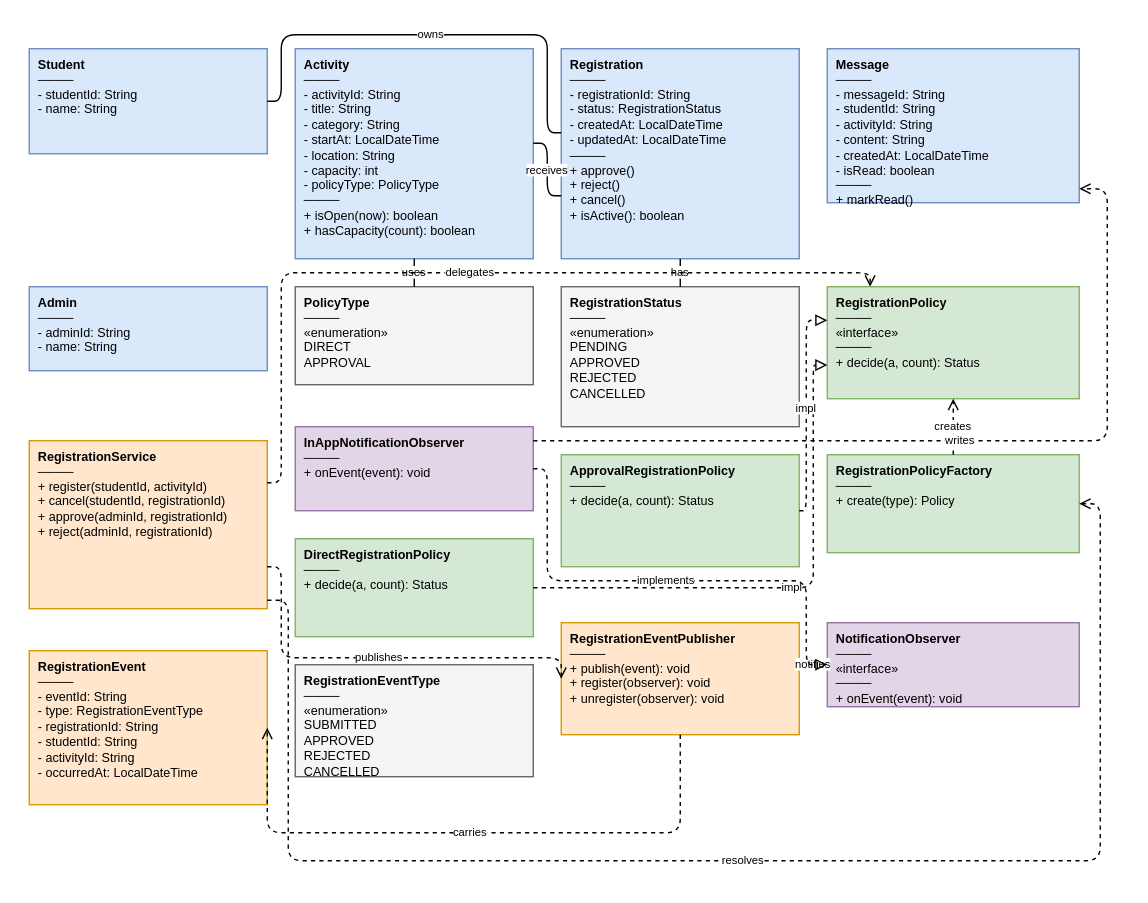
Earlier version of the draw.io export docs/design/diagrams/class-diagram.drawio.svg (Cynyun/CampusEvent). Source tidied: cells renumbered, new cells last; positions are measured from the earlier drawing's top-left corner, leaving out a move shared by most shapes.
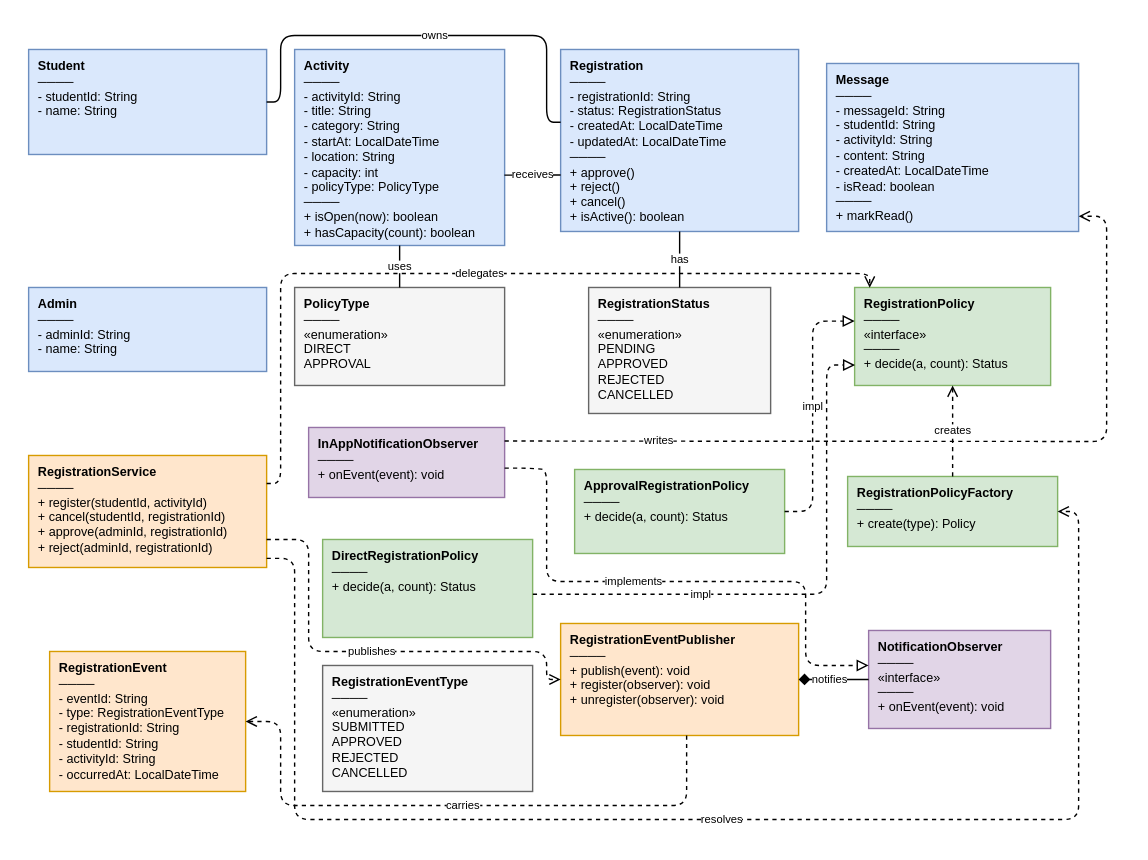
After the commit.

What changed in the source:
```diff
@@ -6,70 +6,65 @@
       <mxGeometry y="10" width="170" height="75" as="geometry" />
     </mxCell>
     <mxCell id="3" value="&lt;b&gt;Activity&lt;/b&gt;&lt;br&gt;────&lt;br&gt;- activityId: String&lt;br&gt;- title: String&lt;br&gt;- category: String&lt;br&gt;- startAt: LocalDateTime&lt;br&gt;- location: String&lt;br&gt;- capacity: int&lt;br&gt;- policyType: PolicyType&lt;br&gt;────&lt;br&gt;+ isOpen(now): boolean&lt;br&gt;+ hasCapacity(count): boolean" style="rounded=0;fillColor=#dae8fc;strokeColor=#6c8ebf;fontSize=9;align=left;verticalAlign=top;spacingLeft=5;spacingRight=5;whiteSpace=wrap;html=1;" parent="1" vertex="1">
-      <mxGeometry x="190" y="10" width="170" height="150" as="geometry" />
+      <mxGeometry x="190" y="10" width="150" height="140" as="geometry" />
     </mxCell>
     <mxCell id="4" value="&lt;b&gt;Registration&lt;/b&gt;&lt;br&gt;────&lt;br&gt;- registrationId: String&lt;br&gt;- status: RegistrationStatus&lt;br&gt;- createdAt: LocalDateTime&lt;br&gt;- updatedAt: LocalDateTime&lt;br&gt;────&lt;br&gt;+ approve()&lt;br&gt;+ reject()&lt;br&gt;+ cancel()&lt;br&gt;+ isActive(): boolean" style="rounded=0;fillColor=#dae8fc;strokeColor=#6c8ebf;fontSize=9;align=left;verticalAlign=top;spacingLeft=5;spacingRight=5;whiteSpace=wrap;html=1;" parent="1" vertex="1">
-      <mxGeometry x="380" y="10" width="170" height="150" as="geometry" />
+      <mxGeometry x="380" y="10" width="170" height="130" as="geometry" />
     </mxCell>
     <mxCell id="5" value="&lt;b&gt;Message&lt;/b&gt;&lt;br&gt;────&lt;br&gt;- messageId: String&lt;br&gt;- studentId: String&lt;br&gt;- activityId: String&lt;br&gt;- content: String&lt;br&gt;- createdAt: LocalDateTime&lt;br&gt;- isRead: boolean&lt;br&gt;────&lt;br&gt;+ markRead()" style="rounded=0;fillColor=#dae8fc;strokeColor=#6c8ebf;fontSize=9;align=left;verticalAlign=top;spacingLeft=5;spacingRight=5;whiteSpace=wrap;html=1;" parent="1" vertex="1">
-      <mxGeometry x="570" y="10" width="180" height="110" as="geometry" />
+      <mxGeometry x="570" y="20" width="180" height="120" as="geometry" />
     </mxCell>
     <mxCell id="6" value="&lt;b&gt;Admin&lt;/b&gt;&lt;br&gt;────&lt;br&gt;- adminId: String&lt;br&gt;- name: String" style="rounded=0;fillColor=#dae8fc;strokeColor=#6c8ebf;fontSize=9;align=left;verticalAlign=top;spacingLeft=5;spacingRight=5;whiteSpace=wrap;html=1;" parent="1" vertex="1">
       <mxGeometry y="180" width="170" height="60" as="geometry" />
     </mxCell>
     <mxCell id="7" value="&lt;b&gt;PolicyType&lt;/b&gt;&lt;br&gt;────&lt;br&gt;«enumeration»&lt;br&gt;DIRECT&lt;br&gt;APPROVAL" style="rounded=0;fillColor=#f5f5f5;strokeColor=#666666;fontSize=9;align=left;verticalAlign=top;spacingLeft=5;spacingRight=5;whiteSpace=wrap;html=1;" parent="1" vertex="1">
-      <mxGeometry x="190" y="180" width="170" height="70" as="geometry" />
+      <mxGeometry x="190" y="180" width="150" height="70" as="geometry" />
     </mxCell>
     <mxCell id="8" value="&lt;b&gt;RegistrationStatus&lt;/b&gt;&lt;br&gt;────&lt;br&gt;«enumeration»&lt;br&gt;PENDING&lt;br&gt;APPROVED&lt;br&gt;REJECTED&lt;br&gt;CANCELLED" style="rounded=0;fillColor=#f5f5f5;strokeColor=#666666;fontSize=9;align=left;verticalAlign=top;spacingLeft=5;spacingRight=5;whiteSpace=wrap;html=1;" parent="1" vertex="1">
-      <mxGeometry x="380" y="180" width="170" height="100" as="geometry" />
+      <mxGeometry x="400" y="180" width="130" height="90" as="geometry" />
     </mxCell>
     <mxCell id="9" value="&lt;b&gt;RegistrationPolicy&lt;/b&gt;&lt;br&gt;────&lt;br&gt;«interface»&lt;br&gt;────&lt;br&gt;+ decide(a, count): Status" style="rounded=0;fillColor=#d5e8d4;strokeColor=#82b366;fontSize=9;align=left;verticalAlign=top;spacingLeft=5;spacingRight=5;whiteSpace=wrap;html=1;" parent="1" vertex="1">
-      <mxGeometry x="570" y="180" width="180" height="80" as="geometry" />
+      <mxGeometry x="590" y="180" width="140" height="70" as="geometry" />
     </mxCell>
     <mxCell id="10" value="&lt;b&gt;InAppNotificationObserver&lt;/b&gt;&lt;br&gt;────&lt;br&gt;+ onEvent(event): void" style="rounded=0;fillColor=#e1d5e7;strokeColor=#9673a6;fontSize=9;align=left;verticalAlign=top;spacingLeft=5;spacingRight=5;whiteSpace=wrap;html=1;" parent="1" vertex="1">
-      <mxGeometry x="190" y="280" width="170" height="60" as="geometry" />
+      <mxGeometry x="200" y="280" width="140" height="50" as="geometry" />
     </mxCell>
     <mxCell id="11" value="&lt;b&gt;DirectRegistrationPolicy&lt;/b&gt;&lt;br&gt;────&lt;br&gt;+ decide(a, count): Status" style="rounded=0;fillColor=#d5e8d4;strokeColor=#82b366;fontSize=9;align=left;verticalAlign=top;spacingLeft=5;spacingRight=5;whiteSpace=wrap;html=1;" parent="1" vertex="1">
-      <mxGeometry x="190" y="360" width="170" height="70" as="geometry" />
+      <mxGeometry x="210" y="360" width="150" height="70" as="geometry" />
     </mxCell>
     <mxCell id="12" value="&lt;b&gt;ApprovalRegistrationPolicy&lt;/b&gt;&lt;br&gt;────&lt;br&gt;+ decide(a, count): Status" style="rounded=0;fillColor=#d5e8d4;strokeColor=#82b366;fontSize=9;align=left;verticalAlign=top;spacingLeft=5;spacingRight=5;whiteSpace=wrap;html=1;" parent="1" vertex="1">
-      <mxGeometry x="380" y="300" width="170" height="80" as="geometry" />
+      <mxGeometry x="390" y="310" width="150" height="60" as="geometry" />
     </mxCell>
     <mxCell id="13" value="&lt;b&gt;RegistrationPolicyFactory&lt;/b&gt;&lt;br&gt;────&lt;br&gt;+ create(type): Policy" style="rounded=0;fillColor=#d5e8d4;strokeColor=#82b366;fontSize=9;align=left;verticalAlign=top;spacingLeft=5;spacingRight=5;whiteSpace=wrap;html=1;" parent="1" vertex="1">
-      <mxGeometry x="570" y="300" width="180" height="70" as="geometry" />
+      <mxGeometry x="585" y="315" width="150" height="50" as="geometry" />
     </mxCell>
     <mxCell id="14" value="&lt;b&gt;RegistrationService&lt;/b&gt;&lt;br&gt;────&lt;br&gt;+ register(studentId, activityId)&lt;br&gt;+ cancel(studentId, registrationId)&lt;br&gt;+ approve(adminId, registrationId)&lt;br&gt;+ reject(adminId, registrationId)" style="rounded=0;fillColor=#ffe6cc;strokeColor=#d79b00;fontSize=9;align=left;verticalAlign=top;spacingLeft=5;spacingRight=5;whiteSpace=wrap;html=1;" parent="1" vertex="1">
-      <mxGeometry y="290" width="170" height="120" as="geometry" />
+      <mxGeometry y="300" width="170" height="80" as="geometry" />
     </mxCell>
     <mxCell id="15" value="&lt;b&gt;RegistrationEvent&lt;/b&gt;&lt;br&gt;────&lt;br&gt;- eventId: String&lt;br&gt;- type: RegistrationEventType&lt;br&gt;- registrationId: String&lt;br&gt;- studentId: String&lt;br&gt;- activityId: String&lt;br&gt;- occurredAt: LocalDateTime" style="rounded=0;fillColor=#ffe6cc;strokeColor=#d79b00;fontSize=9;align=left;verticalAlign=top;spacingLeft=5;spacingRight=5;whiteSpace=wrap;html=1;" parent="1" vertex="1">
-      <mxGeometry y="440" width="170" height="110" as="geometry" />
+      <mxGeometry x="15" y="440" width="140" height="100" as="geometry" />
     </mxCell>
     <mxCell id="16" value="&lt;b&gt;RegistrationEventType&lt;/b&gt;&lt;br&gt;────&lt;br&gt;«enumeration»&lt;br&gt;SUBMITTED&lt;br&gt;APPROVED&lt;br&gt;REJECTED&lt;br&gt;CANCELLED" style="rounded=0;fillColor=#f5f5f5;strokeColor=#666666;fontSize=9;align=left;verticalAlign=top;spacingLeft=5;spacingRight=5;whiteSpace=wrap;html=1;" parent="1" vertex="1">
-      <mxGeometry x="190" y="450" width="170" height="80" as="geometry" />
+      <mxGeometry x="210" y="450" width="150" height="90" as="geometry" />
     </mxCell>
     <mxCell id="17" value="&lt;b&gt;RegistrationEventPublisher&lt;/b&gt;&lt;br&gt;────&lt;br&gt;+ publish(event): void&lt;br&gt;+ register(observer): void&lt;br&gt;+ unregister(observer): void" style="rounded=0;fillColor=#ffe6cc;strokeColor=#d79b00;fontSize=9;align=left;verticalAlign=top;spacingLeft=5;spacingRight=5;whiteSpace=wrap;html=1;" parent="1" vertex="1">
       <mxGeometry x="380" y="420" width="170" height="80" as="geometry" />
     </mxCell>
     <mxCell id="18" value="&lt;b&gt;NotificationObserver&lt;/b&gt;&lt;br&gt;────&lt;br&gt;«interface»&lt;br&gt;────&lt;br&gt;+ onEvent(event): void" style="rounded=0;fillColor=#e1d5e7;strokeColor=#9673a6;fontSize=9;align=left;verticalAlign=top;spacingLeft=5;spacingRight=5;whiteSpace=wrap;html=1;" parent="1" vertex="1">
-      <mxGeometry x="570" y="420" width="180" height="60" as="geometry" />
+      <mxGeometry x="600" y="425" width="130" height="70" as="geometry" />
     </mxCell>
     <mxCell id="19" value="owns" style="edgeStyle=orthogonalEdgeStyle;endArrow=none;fontSize=8;exitX=1;exitY=0.5;entryX=0;entryY=0.4;html=1;" parent="1" edge="1" source="2" target="4">
-      <mxGeometry relative="1" as="geometry">
+      <mxGeometry x="0.05" relative="1" as="geometry">
         <Array as="points">
-          <mxPoint x="180" y="48" />
+          <mxPoint x="180" y="47.5" />
           <mxPoint x="180" />
           <mxPoint x="370" />
-          <mxPoint x="370" y="70" />
+          <mxPoint x="370" y="62" />
         </Array>
       </mxGeometry>
     </mxCell>
-    <mxCell id="20" value="receives" style="edgeStyle=orthogonalEdgeStyle;endArrow=none;fontSize=8;exitX=1;exitY=0.45;entryX=0;entryY=0.7;html=1;" parent="1" edge="1" source="3" target="4">
-      <mxGeometry relative="1" as="geometry">
-        <Array as="points">
-          <mxPoint x="370" y="77" />
-          <mxPoint x="370" y="115" />
-        </Array>
-      </mxGeometry>
+    <mxCell id="20" value="receives" style="edgeStyle=orthogonalEdgeStyle;endArrow=none;fontSize=8;exitX=0.999;exitY=0.641;html=1;exitDx=0;exitDy=0;exitPerimeter=0;entryX=0;entryY=0.69;entryDx=0;entryDy=0;entryPerimeter=0;" parent="1" edge="1" source="3" target="4">
+      <mxGeometry relative="1" as="geometry" />
     </mxCell>
     <mxCell id="21" value="has" style="edgeStyle=orthogonalEdgeStyle;endArrow=none;fontSize=8;exitX=0.5;exitY=1;entryX=0.5;entryY=0;html=1;" parent="1" edge="1" source="4" target="8">
       <mxGeometry relative="1" as="geometry" />
@@ -77,49 +72,52 @@
     <mxCell id="22" value="uses" style="edgeStyle=orthogonalEdgeStyle;endArrow=none;fontSize=8;exitX=0.5;exitY=1;entryX=0.5;entryY=0;html=1;" parent="1" edge="1" source="3" target="7">
       <mxGeometry relative="1" as="geometry" />
     </mxCell>
-    <mxCell id="23" value="impl" style="endArrow=block;dashed=1;endFill=0;fontSize=8;html=1;edgeStyle=orthogonalEdgeStyle;exitX=1;exitY=0.5;entryX=0;entryY=0.7;" parent="1" edge="1" source="11" target="9">
-      <mxGeometry relative="1" as="geometry">
+    <mxCell id="23" value="impl" style="endArrow=block;dashed=1;endFill=0;fontSize=8;html=1;edgeStyle=orthogonalEdgeStyle;exitX=1.001;exitY=0.559;entryX=0.002;entryY=0.792;exitDx=0;exitDy=0;exitPerimeter=0;entryDx=0;entryDy=0;entryPerimeter=0;" parent="1" edge="1" source="11" target="9">
+      <mxGeometry x="-0.39" relative="1" as="geometry">
         <Array as="points">
-          <mxPoint x="560" y="395" />
-          <mxPoint x="560" y="236" />
+          <mxPoint x="570" y="399.1" />
+          <mxPoint x="570" y="235.4" />
         </Array>
       </mxGeometry>
     </mxCell>
-    <mxCell id="24" value="impl" style="endArrow=block;dashed=1;endFill=0;fontSize=8;html=1;edgeStyle=orthogonalEdgeStyle;labelBackgroundColor=#ffffff;exitX=1;exitY=0.5;entryX=0;entryY=0.3;" parent="1" edge="1" source="12" target="9">
-      <mxGeometry relative="1" as="geometry">
+    <mxCell id="24" value="impl" style="endArrow=block;dashed=1;endFill=0;fontSize=8;html=1;edgeStyle=orthogonalEdgeStyle;labelBackgroundColor=#ffffff;exitX=1;exitY=0.5;" parent="1" edge="1" source="12">
+      <mxGeometry x="0.02" relative="1" as="geometry">
+        <mxPoint x="590" y="204" as="targetPoint" />
         <Array as="points">
-          <mxPoint x="555" y="340" />
-          <mxPoint x="555" y="204" />
+          <mxPoint x="560" y="340" />
+          <mxPoint x="560" y="204" />
         </Array>
       </mxGeometry>
     </mxCell>
     <mxCell id="25" value="creates" style="edgeStyle=orthogonalEdgeStyle;endArrow=open;dashed=1;fontSize=8;exitX=0.5;exitY=0;entryX=0.5;entryY=1;html=1;" parent="1" edge="1" source="13" target="9">
       <mxGeometry relative="1" as="geometry" />
     </mxCell>
-    <mxCell id="26" value="delegates" style="edgeStyle=orthogonalEdgeStyle;endArrow=open;dashed=1;fontSize=8;exitX=1;exitY=0.25;entryX=0.17;entryY=0;html=1;" parent="1" edge="1" source="14" target="9">
-      <mxGeometry relative="1" as="geometry">
+    <mxCell id="26" value="delegates" style="edgeStyle=orthogonalEdgeStyle;endArrow=open;dashed=1;fontSize=8;exitX=1;exitY=0.25;entryX=0.077;entryY=0.002;html=1;entryDx=0;entryDy=0;entryPerimeter=0;" parent="1" edge="1" source="14" target="9">
+      <mxGeometry x="0.02" relative="1" as="geometry">
         <Array as="points">
           <mxPoint x="180" y="320" />
           <mxPoint x="180" y="170" />
-          <mxPoint x="600" y="170" />
+          <mxPoint x="600.8" y="170" />
         </Array>
       </mxGeometry>
     </mxCell>
     <mxCell id="27" value="publishes" style="edgeStyle=orthogonalEdgeStyle;endArrow=open;dashed=1;fontSize=8;exitX=1;exitY=0.75;entryX=0;entryY=0.5;html=1;" parent="1" edge="1" source="14" target="17">
       <mxGeometry relative="1" as="geometry">
         <Array as="points">
-          <mxPoint x="180" y="380" />
-          <mxPoint x="180" y="445" />
-          <mxPoint x="380" y="445" />
+          <mxPoint x="200" y="360" />
+          <mxPoint x="200" y="440" />
+          <mxPoint x="370" y="440" />
+          <mxPoint x="370" y="460" />
         </Array>
       </mxGeometry>
     </mxCell>
-    <mxCell id="28" value="notifies" style="edgeStyle=orthogonalEdgeStyle;fontSize=8;startArrow=diamond;startFill=1;endArrow=none;entryX=0;entryY=0.5;html=1;exitX=1;exitY=0.375;exitDx=0;exitDy=0;" parent="1" edge="1" source="17" target="18">
-      <mxGeometry relative="1" as="geometry" />
+    <mxCell id="28" value="notifies" style="edgeStyle=orthogonalEdgeStyle;fontSize=8;startArrow=diamond;startFill=1;endArrow=none;entryX=0;entryY=0.5;html=1;exitX=1;exitY=0.5;exitDx=0;exitDy=0;" parent="1" edge="1" source="17" target="18">
+      <mxGeometry x="-0.14" relative="1" as="geometry" />
     </mxCell>
-    <mxCell id="29" value="implements" style="edgeStyle=orthogonalEdgeStyle;endArrow=block;dashed=1;endFill=0;fontSize=8;exitX=1;exitY=0.5;entryX=0;entryY=0.5;html=1;" parent="1" edge="1" source="10" target="18">
-      <mxGeometry relative="1" as="geometry">
+    <mxCell id="29" value="implements" style="edgeStyle=orthogonalEdgeStyle;endArrow=block;dashed=1;endFill=0;fontSize=8;exitX=1;exitY=0.58;html=1;entryX=0;entryY=0.357;entryDx=0;entryDy=0;entryPerimeter=0;exitDx=0;exitDy=0;exitPerimeter=0;" parent="1" edge="1" source="10" target="18">
+      <mxGeometry x="-0.13" relative="1" as="geometry">
         <Array as="points">
+          <mxPoint x="355" y="310" />
           <mxPoint x="370" y="310" />
           <mxPoint x="370" y="390" />
           <mxPoint x="555" y="390" />
@@ -127,32 +125,38 @@
         </Array>
       </mxGeometry>
     </mxCell>
-    <mxCell id="30" value="writes" style="endArrow=open;dashed=1;fontSize=8;html=1;labelBackgroundColor=default;edgeStyle=orthogonalEdgeStyle;exitX=1;exitY=0.16667;exitDx=0;exitDy=0;entryX=1;entryY=0.90909;entryDx=0;entryDy=0;" parent="1" edge="1" source="10" target="5">
-      <mxGeometry relative="1" as="geometry">
+    <mxCell id="30" value="writes" style="endArrow=open;dashed=1;fontSize=8;html=1;labelBackgroundColor=default;edgeStyle=orthogonalEdgeStyle;exitX=1;exitY=0.193;exitDx=0;exitDy=0;entryX=1;entryY=0.90909;entryDx=0;entryDy=0;exitPerimeter=0;" parent="1" edge="1" source="10" target="5">
+      <mxGeometry x="-0.64" relative="1" as="geometry">
         <Array as="points">
+          <mxPoint x="360" y="289.7" />
           <mxPoint x="770" y="290" />
-          <mxPoint x="770" y="110" />
+          <mxPoint x="770" y="129.1" />
         </Array>
       </mxGeometry>
     </mxCell>
-    <mxCell id="31" value="carries" style="edgeStyle=orthogonalEdgeStyle;endArrow=open;dashed=1;fontSize=8;exitX=0.5;exitY=1;entryX=1;entryY=0.5;html=1;" parent="1" edge="1" source="17" target="15">
-      <mxGeometry relative="1" as="geometry">
+    <mxCell id="31" value="carries" style="edgeStyle=orthogonalEdgeStyle;endArrow=open;dashed=1;fontSize=8;exitX=0.5;exitY=1;entryX=1;entryY=0.5;html=1;entryDx=0;entryDy=0;" parent="1" edge="1" target="15">
+      <mxGeometry x="-0.01" relative="1" as="geometry">
+        <mxPoint x="470" y="500" as="sourcePoint" />
         <Array as="points">
-          <mxPoint x="465" y="570" />
-          <mxPoint x="170" y="570" />
-          <mxPoint x="170" y="495" />
+          <mxPoint x="470" y="550" />
+          <mxPoint x="180" y="550" />
+          <mxPoint x="180" y="490" />
         </Array>
       </mxGeometry>
     </mxCell>
-    <mxCell id="32" value="resolves" style="edgeStyle=orthogonalEdgeStyle;endArrow=open;dashed=1;fontSize=8;labelBackgroundColor=#ffffff;exitX=1;exitY=0.95;entryX=1;entryY=0.5;html=1;" parent="1" edge="1" source="14" target="13">
-      <mxGeometry relative="1" as="geometry">
+    <mxCell id="32" value="resolves" style="edgeStyle=orthogonalEdgeStyle;endArrow=open;dashed=1;fontSize=8;labelBackgroundColor=#ffffff;exitX=1;exitY=0.95;entryX=1;entryY=0.5;html=1;entryDx=0;entryDy=0;" parent="1" edge="1" target="13">
+      <mxGeometry x="0.02" relative="1" as="geometry">
+        <mxPoint x="170" y="373.5" as="sourcePoint" />
         <Array as="points">
-          <mxPoint x="185" y="404" />
-          <mxPoint x="185" y="590" />
-          <mxPoint x="765" y="590" />
-          <mxPoint x="765" y="335" />
+          <mxPoint x="190" y="373.5" />
+          <mxPoint x="190" y="560" />
+          <mxPoint x="750" y="560" />
+          <mxPoint x="750" y="340" />
         </Array>
       </mxGeometry>
     </mxCell>
+    <mxCell id="33" style="edgeStyle=orthogonalEdgeStyle;rounded=0;orthogonalLoop=1;jettySize=auto;html=1;innerLoopWaypoints=1;exitX=0.5;exitY=1;exitDx=0;exitDy=0;" parent="1" edge="1" source="4" target="4">
+      <mxGeometry relative="1" as="geometry" />
+    </mxCell>
   </root>
 </mxGraphModel>
```
